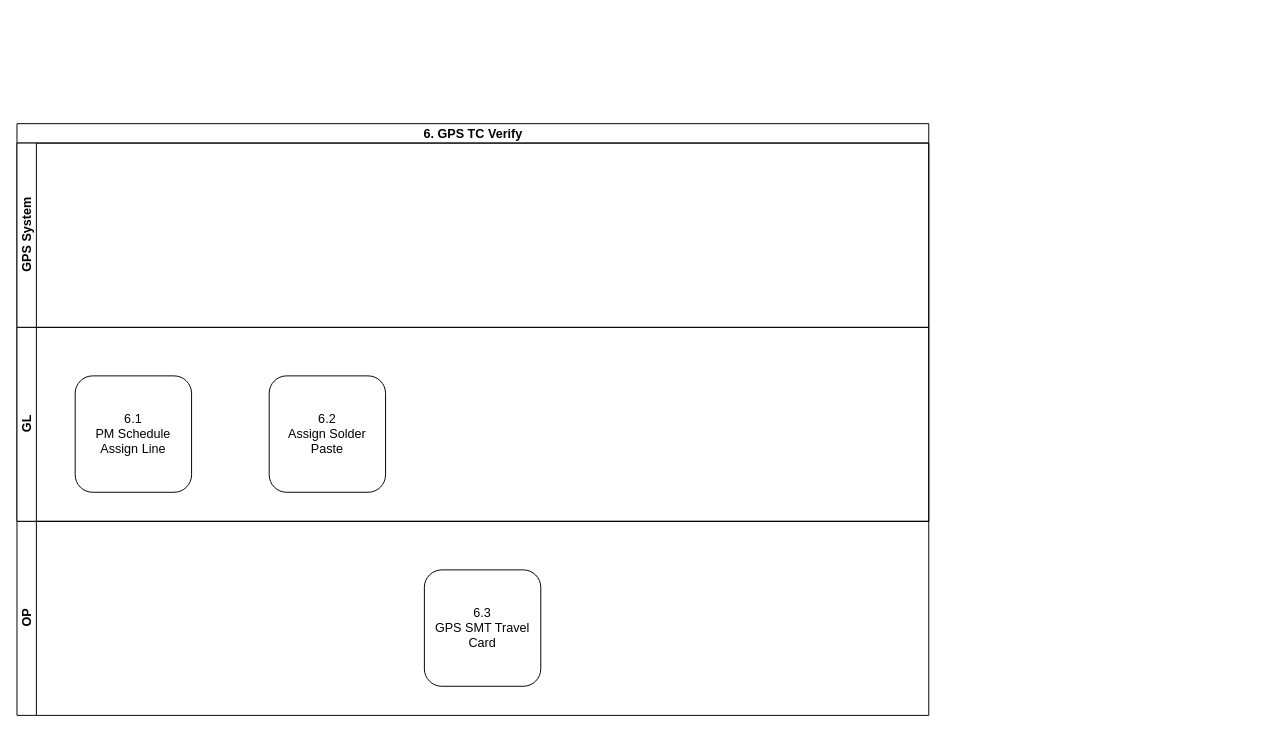
This is page "6. GPS TC Verify" (3 of 5) of Work Order Flow.drawio from vinceliao99/MyDiagrams, a draw.io file, before an edit. Source tidied: cells renumbered, new cells numbered last; positions are measured from the earlier drawing's top-left corner, leaving out a move shared by most shapes. Both pictures are drawn from the tidied source at 97%, with x=0, y=0 at pixel (16, 123).
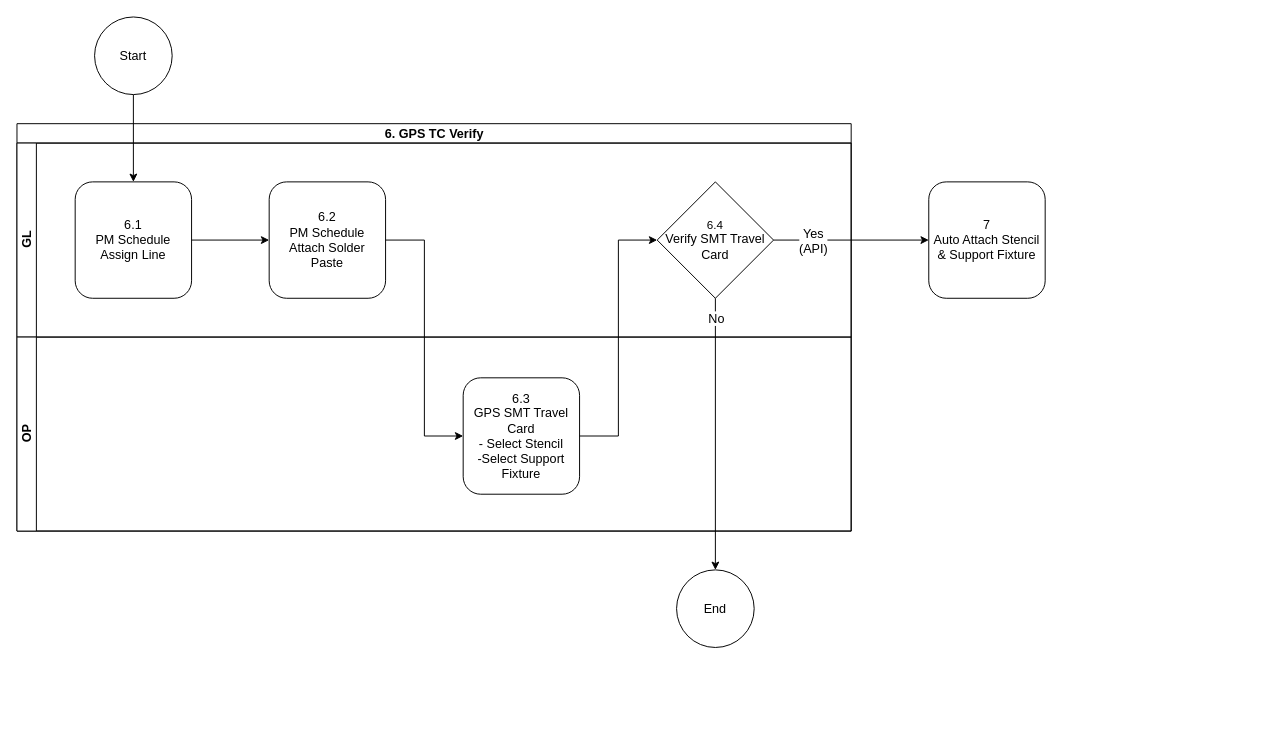
After the change.

The edit, as a diff of the source:
```diff
@@
     <mxCell id="2" style="group;" parent="1" vertex="1">
-      <mxGeometry width="940" height="610" as="geometry" />
+      <mxGeometry width="1270" height="610" as="geometry" />
     </mxCell>
     <mxCell id="3" value="6. GPS TC Verify" style="swimlane;horizontal=1;startSize=20;html=1;fontSize=13;" parent="2" vertex="1">
-      <mxGeometry width="940" height="410" as="geometry" />
+      <mxGeometry width="860" height="420" as="geometry" />
     </mxCell>
-    <mxCell id="4" value="GPS System" style="swimlane;startSize=20;horizontal=0;html=1;fontSize=13;" parent="3" vertex="1">
-      <mxGeometry y="20" width="940" height="190" as="geometry" />
+    <mxCell id="4" value="GL" style="swimlane;startSize=20;horizontal=0;html=1;fontSize=13;" parent="3" vertex="1">
+      <mxGeometry y="20" width="860" height="200" as="geometry" />
     </mxCell>
+    <mxCell id="10" value="7&lt;br&gt;Auto Attach Stencil &amp;amp; Support Fixture" style="rounded=1;whiteSpace=wrap;html=1;fontSize=13;" parent="4" vertex="1">
+      <mxGeometry x="940" y="40" width="120" height="120" as="geometry" />
+    </mxCell>
+    <mxCell id="11" value="6.4&lt;br style=&quot;font-size: 13px;&quot;&gt;&lt;span style=&quot;font-size: 13px;&quot;&gt;Verify SMT Travel Card&lt;/span&gt;" style="rhombus;whiteSpace=wrap;html=1;" parent="4" vertex="1">
+      <mxGeometry x="660" y="40" width="120" height="120" as="geometry" />
+    </mxCell>
+    <mxCell id="7" value="6.2&lt;br&gt;PM Schedule&lt;br&gt;Attach Solder &lt;br&gt;Paste" style="rounded=1;whiteSpace=wrap;html=1;fontSize=13;" parent="4" vertex="1">
+      <mxGeometry x="260" y="40" width="120" height="120" as="geometry" />
+    </mxCell>
+    <mxCell id="6" value="6.1&lt;br style=&quot;font-size: 13px;&quot;&gt;PM Schedule&lt;br&gt;Assign Line" style="rounded=1;whiteSpace=wrap;html=1;fontSize=13;" parent="4" vertex="1">
+      <mxGeometry x="60" y="40" width="120" height="120" as="geometry" />
+    </mxCell>
+    <mxCell id="12" style="edgeStyle=orthogonalEdgeStyle;rounded=0;jettySize=auto;html=1;exitX=1;exitY=0.5;exitDx=0;exitDy=0;" parent="4" edge="1" source="11" target="10">
+      <mxGeometry relative="1" as="geometry" />
+    </mxCell>
+    <mxCell id="13" value="&lt;font style=&quot;font-size: 13px;&quot;&gt;Yes&lt;br&gt;(API)&lt;/font&gt;" style="edgeLabel;html=1;align=center;verticalAlign=middle;" parent="12" vertex="1">
+      <mxGeometry x="-0.1" y="2" relative="1" as="geometry">
+        <mxPoint x="-32" y="2" as="offset" />
+      </mxGeometry>
+    </mxCell>
+    <mxCell id="14" style="edgeStyle=orthogonalEdgeStyle;rounded=0;jettySize=auto;html=1;exitX=1;exitY=0.5;exitDx=0;exitDy=0;entryX=0;entryY=0.5;entryDx=0;entryDy=0;" parent="4" edge="1" source="6" target="7">
+      <mxGeometry relative="1" as="geometry" />
+    </mxCell>
-    <mxCell id="5" value="GL" style="swimlane;startSize=20;horizontal=0;html=1;fontSize=13;" parent="3" vertex="1">
-      <mxGeometry y="210" width="940" height="200" as="geometry" />
+    <mxCell id="5" value="OP" style="swimlane;startSize=20;horizontal=0;html=1;fontSize=13;" parent="3" vertex="1">
+      <mxGeometry y="220" width="860" height="200" as="geometry" />
     </mxCell>
-    <mxCell id="6" value="6.1&lt;br style=&quot;font-size: 13px;&quot;&gt;PM Schedule&lt;br&gt;Assign Line" style="rounded=1;whiteSpace=wrap;html=1;fontSize=13;" parent="5" vertex="1">
-      <mxGeometry x="60" y="50" width="120" height="120" as="geometry" />
-    </mxCell>
-    <mxCell id="7" value="6.2&lt;br&gt;Assign Solder &lt;br&gt;Paste" style="rounded=1;whiteSpace=wrap;html=1;fontSize=13;" parent="5" vertex="1">
-      <mxGeometry x="260" y="50" width="120" height="120" as="geometry" />
-    </mxCell>
-    <mxCell id="8" value="OP" style="swimlane;startSize=20;horizontal=0;html=1;fontSize=13;" parent="2" vertex="1">
-      <mxGeometry y="410" width="940" height="200" as="geometry" />
-    </mxCell>
-    <mxCell id="9" value="6.3&lt;br&gt;GPS SMT Travel Card&lt;br&gt;" style="rounded=1;whiteSpace=wrap;html=1;fontSize=13;" parent="8" vertex="1">
-      <mxGeometry x="420" y="50" width="120" height="120" as="geometry" />
+    <mxCell id="9" value="6.3&lt;br&gt;GPS SMT Travel Card&lt;br&gt;- Select Stencil&lt;br&gt;-Select Support Fixture" style="rounded=1;whiteSpace=wrap;html=1;fontSize=13;" parent="5" vertex="1">
+      <mxGeometry x="460" y="42" width="120" height="120" as="geometry" />
     </mxCell>
+    <mxCell id="15" style="edgeStyle=orthogonalEdgeStyle;rounded=0;jettySize=auto;html=1;exitX=1;exitY=0.5;exitDx=0;exitDy=0;entryX=0;entryY=0.5;entryDx=0;entryDy=0;" parent="3" edge="1" source="9" target="11">
+      <mxGeometry relative="1" as="geometry" />
+    </mxCell>
+    <mxCell id="16" style="edgeStyle=orthogonalEdgeStyle;rounded=0;jettySize=auto;html=1;exitX=1;exitY=0.5;exitDx=0;exitDy=0;entryX=0;entryY=0.5;entryDx=0;entryDy=0;" parent="3" edge="1" source="7" target="9">
+      <mxGeometry relative="1" as="geometry" />
+    </mxCell>
+    <mxCell id="17" value="&lt;font style=&quot;font-size: 13px;&quot;&gt;End&lt;/font&gt;" style="ellipse;whiteSpace=wrap;html=1;" parent="2" vertex="1">
+      <mxGeometry x="680" y="460" width="80" height="80" as="geometry" />
+    </mxCell>
+    <mxCell id="18" style="edgeStyle=orthogonalEdgeStyle;rounded=0;jettySize=auto;html=1;exitX=0.5;exitY=1;exitDx=0;exitDy=0;entryX=0.5;entryY=0;entryDx=0;entryDy=0;" parent="2" edge="1" source="11" target="17">
+      <mxGeometry relative="1" as="geometry" />
+    </mxCell>
+    <mxCell id="19" value="&lt;font style=&quot;font-size: 13px;&quot;&gt;No&lt;/font&gt;" style="edgeLabel;html=1;align=center;verticalAlign=middle;" parent="18" vertex="1">
+      <mxGeometry x="-0.86" relative="1" as="geometry" />
+    </mxCell>
+    <mxCell id="20" style="edgeStyle=orthogonalEdgeStyle;rounded=0;jettySize=auto;html=1;exitX=0.5;exitY=1;exitDx=0;exitDy=0;" parent="1" edge="1" source="21" target="6">
+      <mxGeometry relative="1" as="geometry" />
+    </mxCell>
+    <mxCell id="21" value="&lt;font style=&quot;font-size: 13px;&quot;&gt;Start&lt;/font&gt;" style="ellipse;whiteSpace=wrap;html=1;" parent="1" vertex="1">
+      <mxGeometry x="80" y="-110" width="80" height="80" as="geometry" />
+    </mxCell>
```
